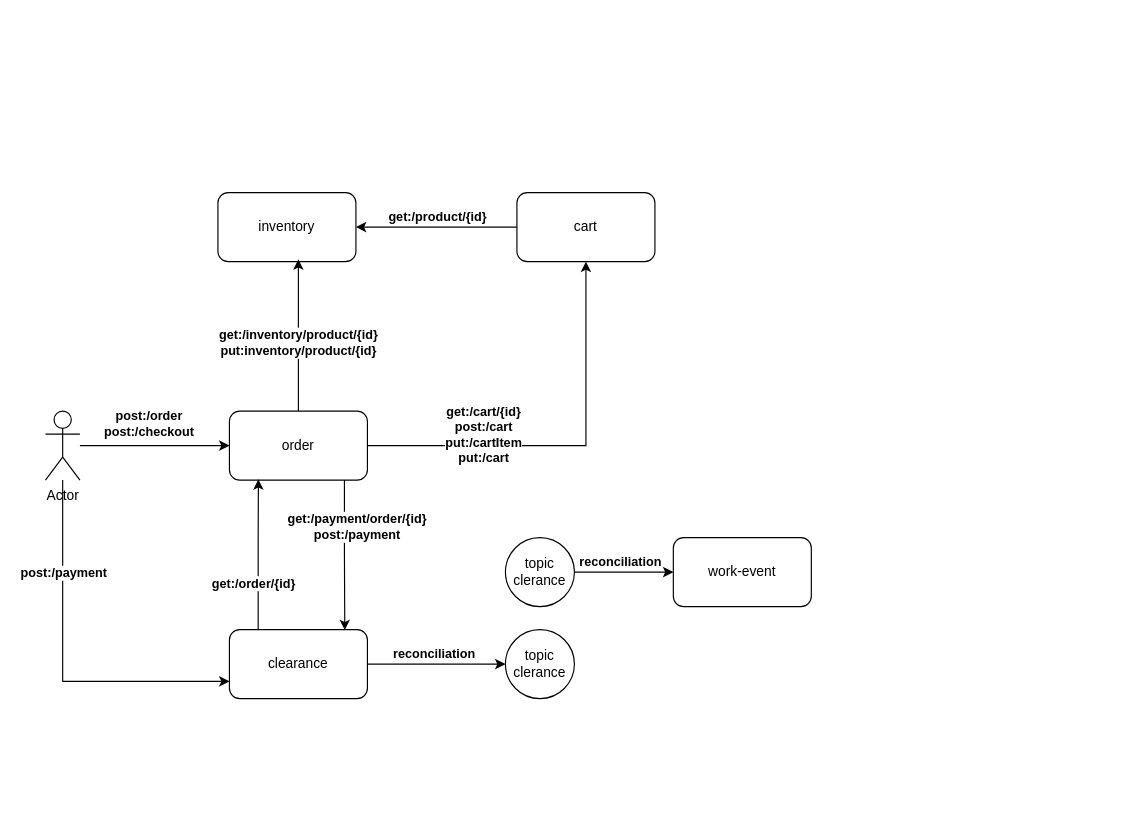
Earlier version of the draw.io diagram assets/draw.io/go-ecommerce.drawio (eliezerraj/go-inventory). Source tidied: cells renumbered, new cells numbered last; positions are measured from the earlier drawing's top-left corner, leaving out a move shared by most shapes. Both pictures are drawn from the tidied source at 115%, with x=0, y=0 at pixel (45, 192).
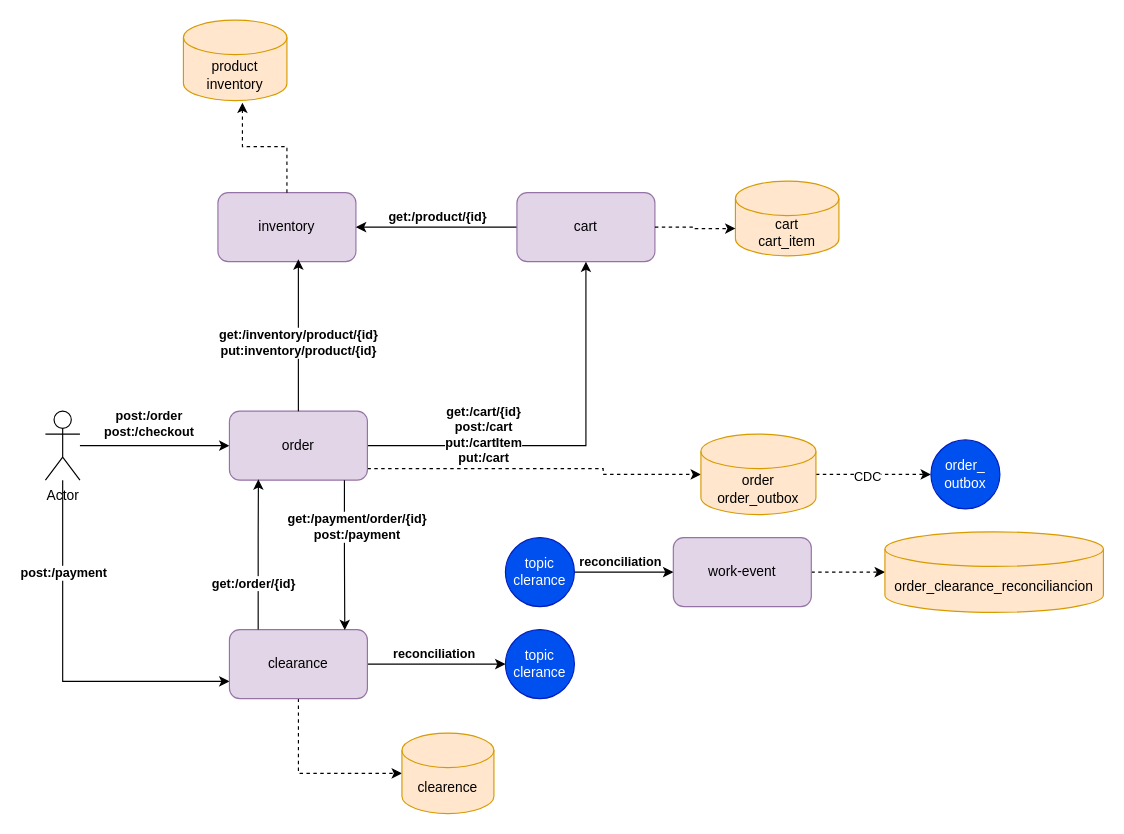
After the change.

Change to the diagram source:
```diff
@@
-    <mxCell id="7" value="inventory" style="rounded=1;whiteSpace=wrap;html=1;" parent="1" vertex="1">
+    <mxCell id="7" value="inventory" style="rounded=1;whiteSpace=wrap;html=1;fillColor=#e1d5e7;strokeColor=#9673a6;" parent="1" vertex="1">
       <mxGeometry x="150" width="120" height="60" as="geometry" />
     </mxCell>
@@
-    <mxCell id="10" value="cart" style="rounded=1;whiteSpace=wrap;html=1;" parent="1" vertex="1">
+    <mxCell id="10" value="cart" style="rounded=1;whiteSpace=wrap;html=1;fillColor=#e1d5e7;strokeColor=#9673a6;" parent="1" vertex="1">
       <mxGeometry x="410" width="120" height="60" as="geometry" />
     </mxCell>
@@
+    <mxCell id="28" style="edgeStyle=orthogonalEdgeStyle;rounded=0;jettySize=auto;html=1;dashed=1;" parent="1" edge="1" source="13" target="36">
+      <mxGeometry relative="1" as="geometry">
+        <Array as="points">
+          <mxPoint x="485" y="240" />
+          <mxPoint x="485" y="245" />
+        </Array>
+      </mxGeometry>
+    </mxCell>
-    <mxCell id="13" value="order" style="rounded=1;whiteSpace=wrap;html=1;" parent="1" vertex="1">
+    <mxCell id="13" value="order" style="rounded=1;whiteSpace=wrap;html=1;fillColor=#e1d5e7;strokeColor=#9673a6;" parent="1" vertex="1">
       <mxGeometry x="160" y="190" width="120" height="60" as="geometry" />
     </mxCell>
@@
+    <mxCell id="29" style="edgeStyle=orthogonalEdgeStyle;rounded=0;jettySize=auto;html=1;dashed=1;" parent="1" edge="1" source="16" target="38">
+      <mxGeometry relative="1" as="geometry">
+        <Array as="points">
+          <mxPoint x="220" y="505" />
+        </Array>
+      </mxGeometry>
+    </mxCell>
-    <mxCell id="16" value="clearance" style="rounded=1;whiteSpace=wrap;html=1;" parent="1" vertex="1">
+    <mxCell id="16" value="clearance" style="rounded=1;whiteSpace=wrap;html=1;fillColor=#e1d5e7;strokeColor=#9673a6;" parent="1" vertex="1">
       <mxGeometry x="160" y="380" width="120" height="60" as="geometry" />
     </mxCell>
+    <mxCell id="30" style="edgeStyle=orthogonalEdgeStyle;rounded=0;jettySize=auto;html=1;dashed=1;" parent="1" edge="1" source="17" target="39">
+      <mxGeometry relative="1" as="geometry" />
+    </mxCell>
-    <mxCell id="17" value="work-event" style="rounded=1;whiteSpace=wrap;html=1;" parent="1" vertex="1">
+    <mxCell id="17" value="work-event" style="rounded=1;whiteSpace=wrap;html=1;fillColor=#e1d5e7;strokeColor=#9673a6;" parent="1" vertex="1">
       <mxGeometry x="546" y="300" width="120" height="60" as="geometry" />
     </mxCell>
-    <mxCell id="18" value="topic&lt;div&gt;clerance&lt;/div&gt;" style="ellipse;whiteSpace=wrap;html=1;" parent="1" vertex="1">
+    <mxCell id="18" value="topic&lt;div&gt;clerance&lt;/div&gt;" style="ellipse;whiteSpace=wrap;html=1;fillColor=#0050ef;fontColor=#ffffff;strokeColor=#001DBC;" parent="1" vertex="1">
       <mxGeometry x="400" y="380" width="60" height="60" as="geometry" />
     </mxCell>
@@
-    <mxCell id="21" value="topic&lt;div&gt;clerance&lt;/div&gt;" style="ellipse;whiteSpace=wrap;html=1;" parent="1" vertex="1">
+    <mxCell id="21" value="topic&lt;div&gt;clerance&lt;/div&gt;" style="ellipse;whiteSpace=wrap;html=1;fillColor=#0050ef;fontColor=#ffffff;strokeColor=#001DBC;" parent="1" vertex="1">
       <mxGeometry x="400" y="300" width="60" height="60" as="geometry" />
     </mxCell>
@@
+    <mxCell id="31" value="&lt;div&gt;product&lt;/div&gt;&lt;div&gt;inventory&lt;/div&gt;" style="shape=cylinder3;whiteSpace=wrap;html=1;boundedLbl=1;backgroundOutline=1;size=15;fillColor=#ffe6cc;strokeColor=#d79b00;" parent="1" vertex="1">
+      <mxGeometry x="120" y="-150" width="90" height="70" as="geometry" />
+    </mxCell>
+    <mxCell id="32" value="cart&lt;div&gt;&lt;/div&gt;&lt;div&gt;cart_item&lt;/div&gt;" style="shape=cylinder3;whiteSpace=wrap;html=1;boundedLbl=1;backgroundOutline=1;size=15;fillColor=#ffe6cc;strokeColor=#d79b00;" parent="1" vertex="1">
+      <mxGeometry x="600" y="-10" width="90" height="65" as="geometry" />
+    </mxCell>
+    <mxCell id="33" style="edgeStyle=orthogonalEdgeStyle;rounded=0;jettySize=auto;html=1;entryX=0.57;entryY=1.025;entryDx=0;entryDy=0;entryPerimeter=0;dashed=1;endArrow=classic;endFill=1;" parent="1" edge="1" source="7" target="31">
+      <mxGeometry relative="1" as="geometry" />
+    </mxCell>
+    <mxCell id="34" style="edgeStyle=orthogonalEdgeStyle;rounded=0;jettySize=auto;html=1;entryX=0;entryY=0.5;entryDx=0;entryDy=0;dashed=1;" parent="1" edge="1" source="36" target="40">
+      <mxGeometry relative="1" as="geometry" />
+    </mxCell>
+    <mxCell id="35" value="CDC" style="edgeLabel;html=1;align=center;verticalAlign=middle;" parent="34" vertex="1">
+      <mxGeometry x="-0.12" y="-1" relative="1" as="geometry" />
+    </mxCell>
+    <mxCell id="36" value="&lt;div&gt;order&lt;/div&gt;&lt;div&gt;order_outbox&lt;/div&gt;" style="shape=cylinder3;whiteSpace=wrap;html=1;boundedLbl=1;backgroundOutline=1;size=15;fillColor=#ffe6cc;strokeColor=#d79b00;" parent="1" vertex="1">
+      <mxGeometry x="570" y="210" width="100" height="70" as="geometry" />
+    </mxCell>
+    <mxCell id="37" style="edgeStyle=orthogonalEdgeStyle;rounded=0;jettySize=auto;html=1;entryX=0;entryY=0;entryDx=0;entryDy=41.25;entryPerimeter=0;dashed=1;" parent="1" edge="1" source="10" target="32">
+      <mxGeometry relative="1" as="geometry" />
+    </mxCell>
+    <mxCell id="38" value="&lt;div&gt;clearence&lt;/div&gt;" style="shape=cylinder3;whiteSpace=wrap;html=1;boundedLbl=1;backgroundOutline=1;size=15;fillColor=#ffe6cc;strokeColor=#d79b00;" parent="1" vertex="1">
+      <mxGeometry x="310" y="470" width="80" height="70" as="geometry" />
+    </mxCell>
+    <mxCell id="39" value="&lt;div&gt;order_clearance_reconciliancion&lt;/div&gt;" style="shape=cylinder3;whiteSpace=wrap;html=1;boundedLbl=1;backgroundOutline=1;size=15;fillColor=#ffe6cc;strokeColor=#d79b00;" parent="1" vertex="1">
+      <mxGeometry x="730" y="295" width="190" height="70" as="geometry" />
+    </mxCell>
+    <mxCell id="40" value="order_&lt;div&gt;outbox&lt;/div&gt;" style="ellipse;whiteSpace=wrap;html=1;fillColor=#0050ef;fontColor=#ffffff;strokeColor=#001DBC;" parent="1" vertex="1">
+      <mxGeometry x="770" y="215" width="60" height="60" as="geometry" />
+    </mxCell>
```
